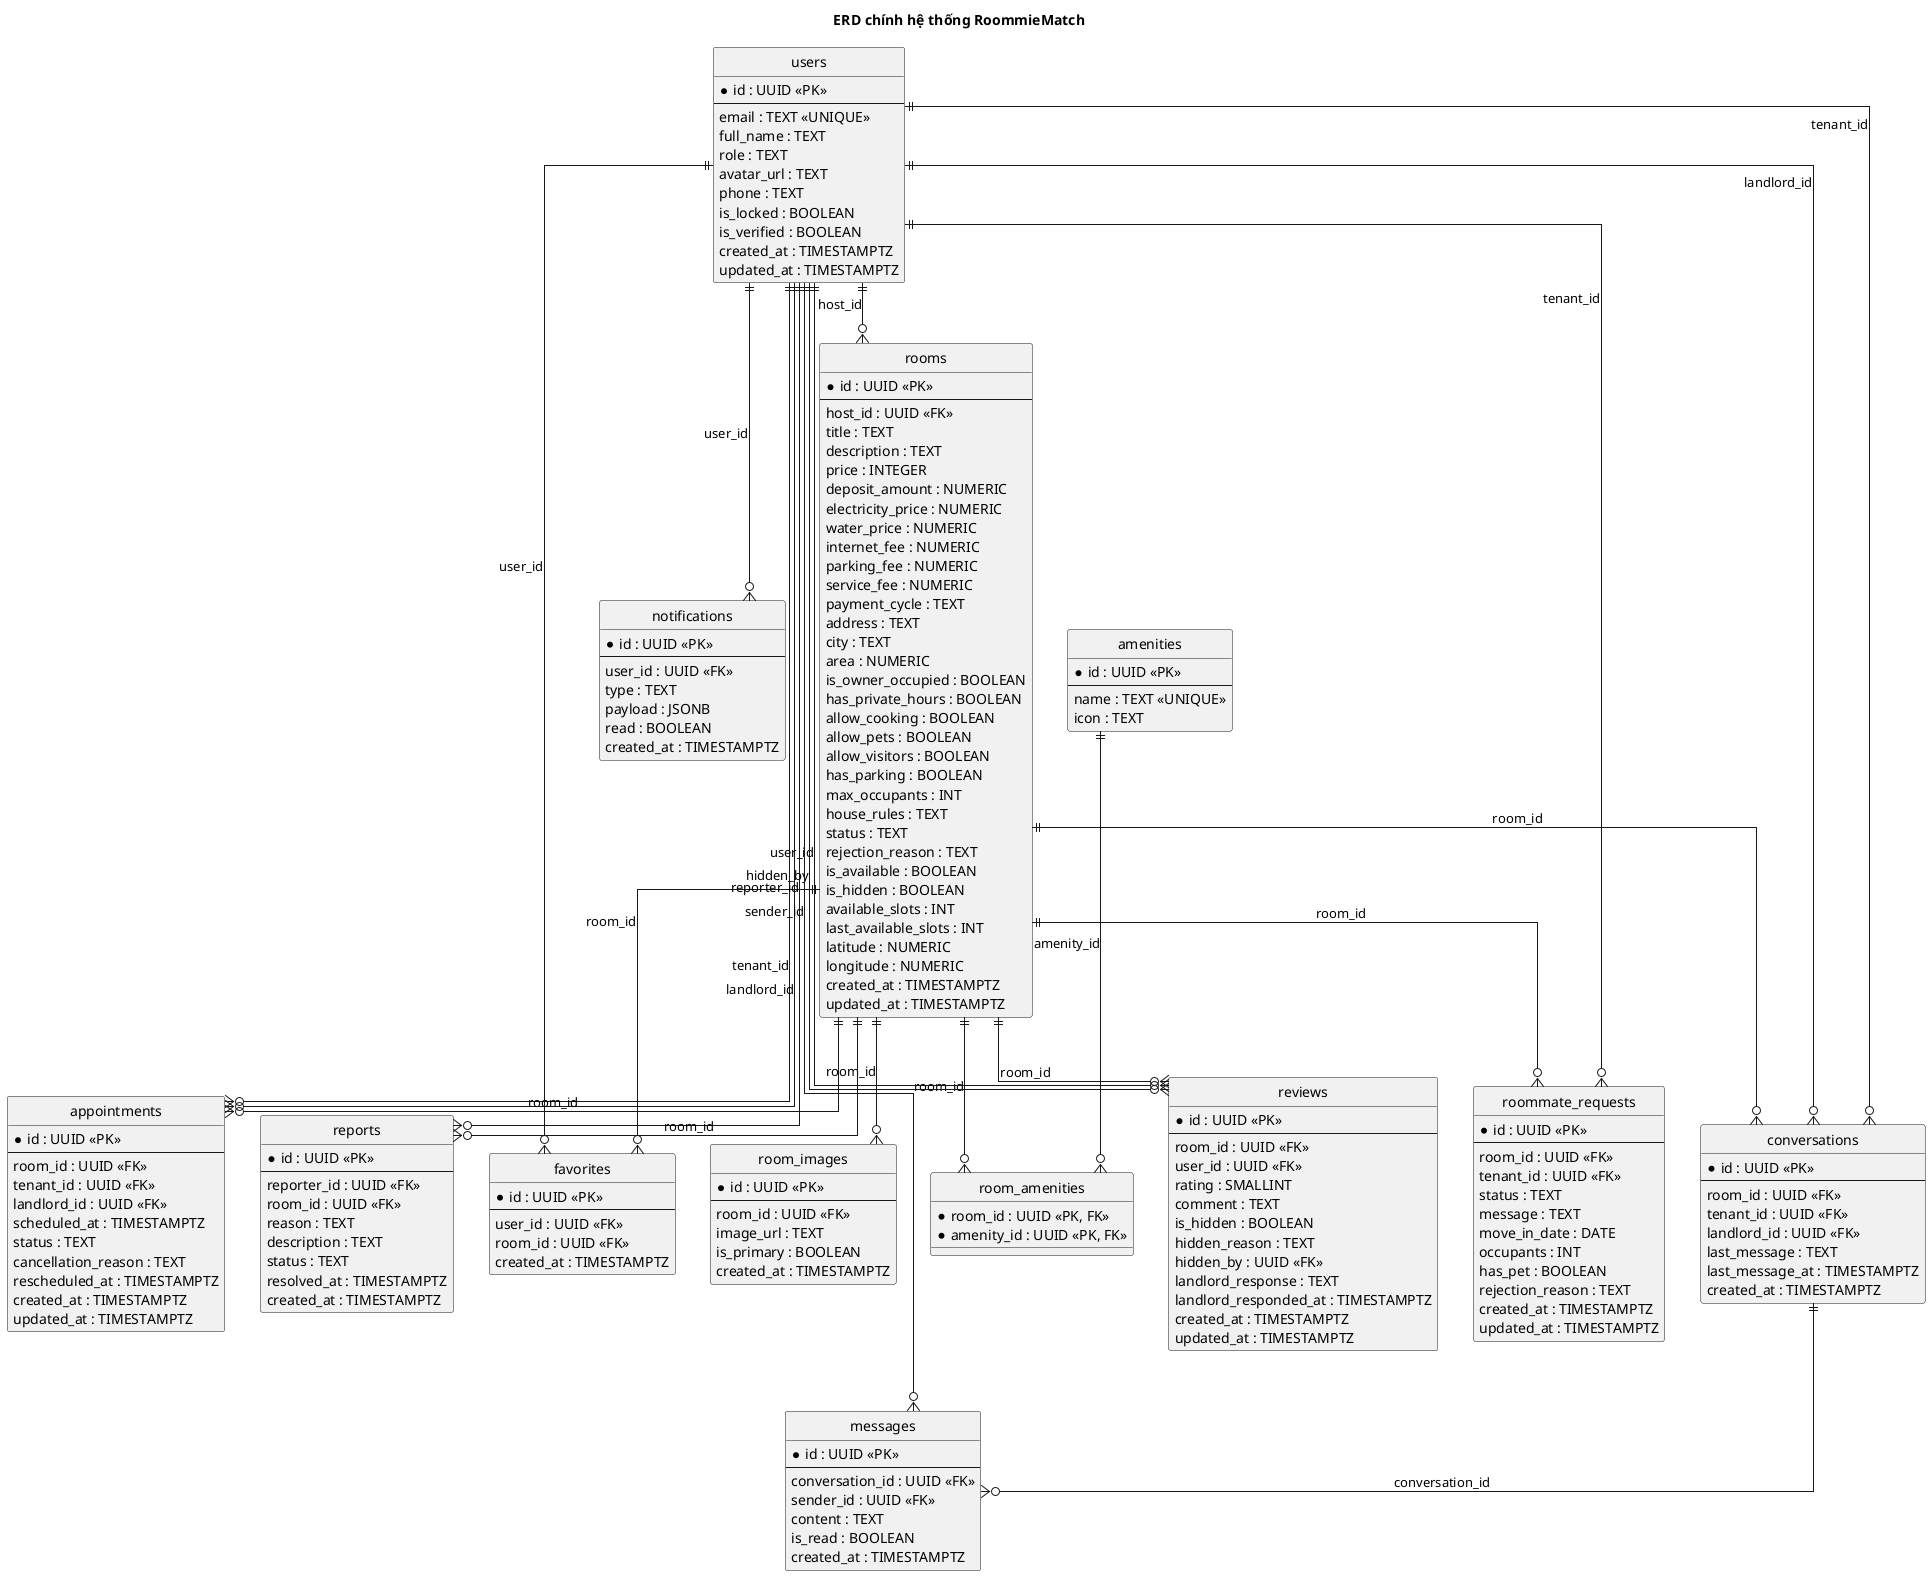
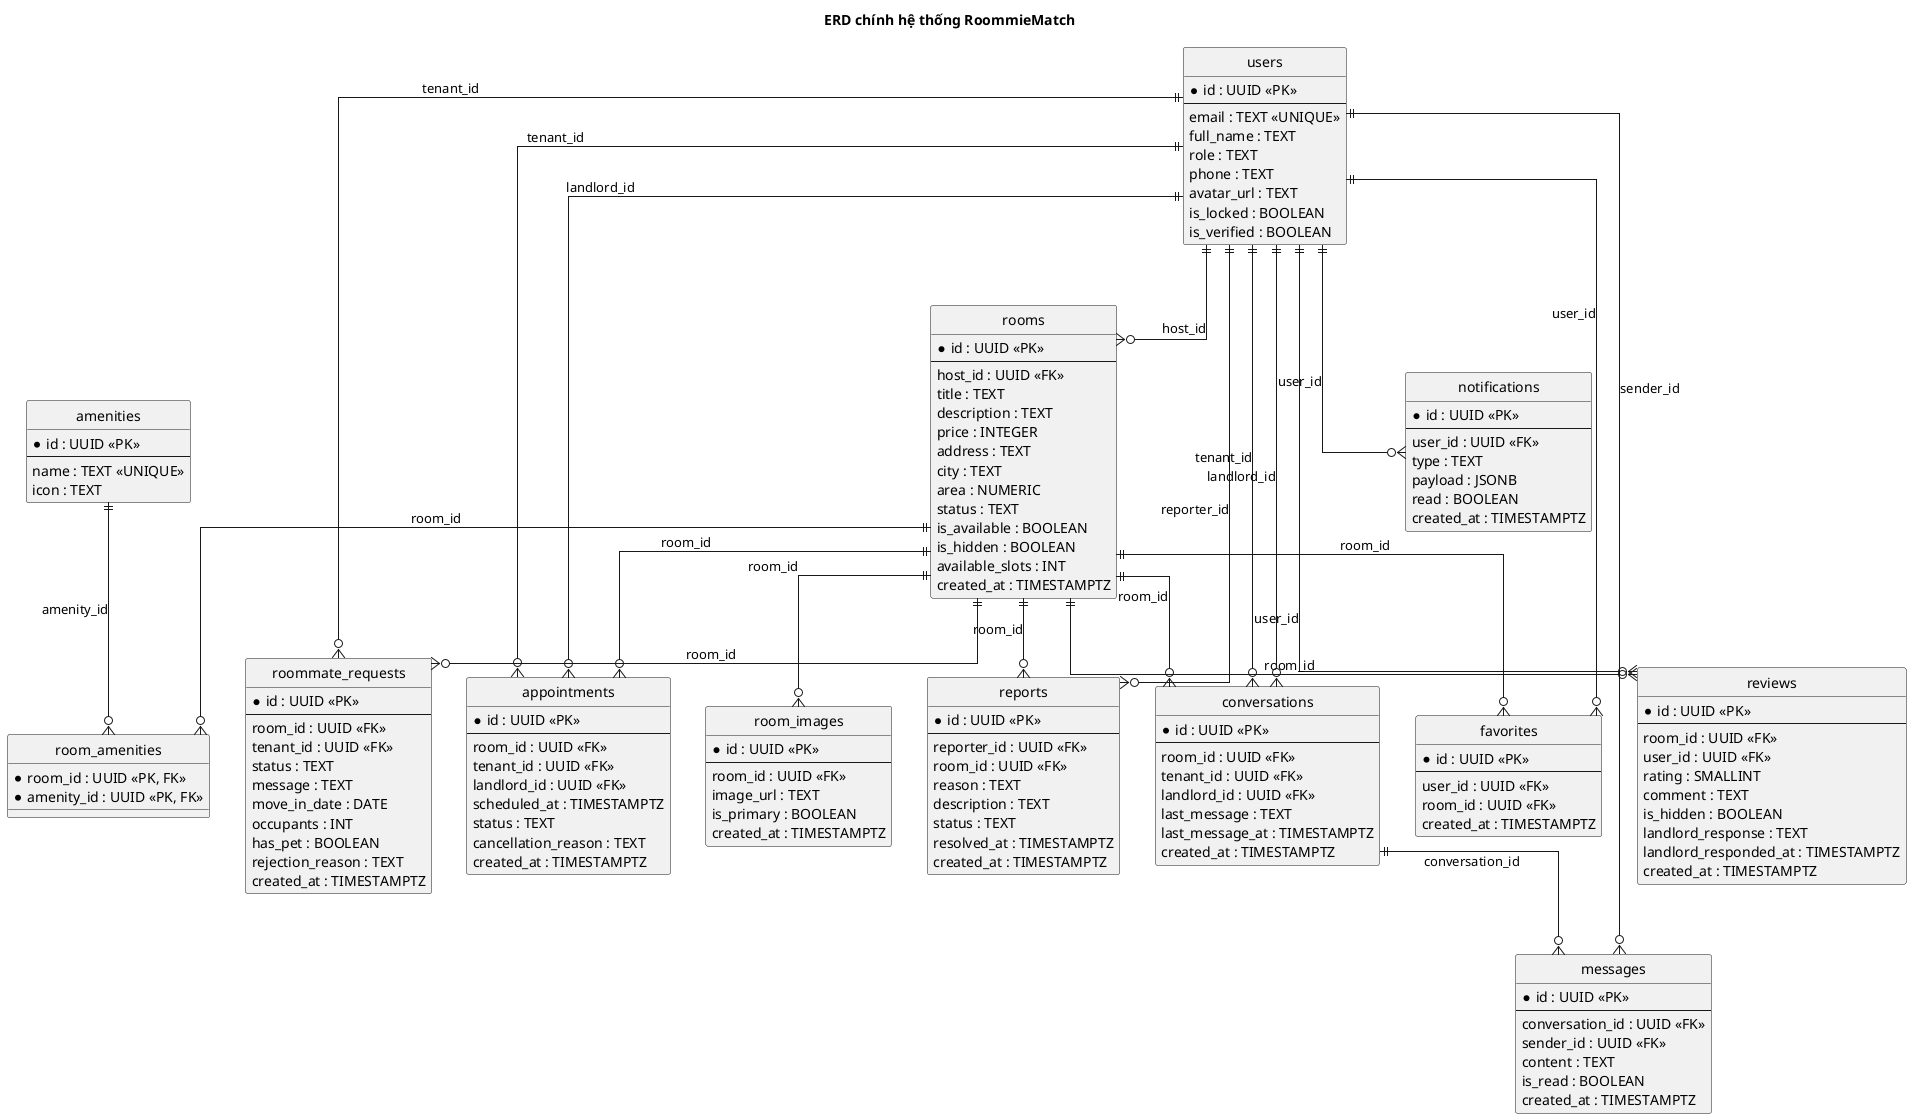
@startuml
title ERD chính hệ thống RoommieMatch

hide circle
skinparam linetype ortho
skinparam shadowing false
skinparam entity {
  BackgroundColor #F8FAFC
  BorderColor #334155
  ArrowColor #334155
}

entity "users" as users {
  * id : UUID <<PK>>
  --
  email : TEXT <<UNIQUE>>
  full_name : TEXT
  role : TEXT
+   phone : TEXT
  avatar_url : TEXT
-   phone : TEXT
  is_locked : BOOLEAN
  is_verified : BOOLEAN
-   created_at : TIMESTAMPTZ
-   updated_at : TIMESTAMPTZ
}

entity "rooms" as rooms {
  * id : UUID <<PK>>
  --
  host_id : UUID <<FK>>
  title : TEXT
  description : TEXT
  price : INTEGER
-   deposit_amount : NUMERIC
-   electricity_price : NUMERIC
-   water_price : NUMERIC
-   internet_fee : NUMERIC
-   parking_fee : NUMERIC
-   service_fee : NUMERIC
-   payment_cycle : TEXT
  address : TEXT
  city : TEXT
  area : NUMERIC
-   is_owner_occupied : BOOLEAN
-   has_private_hours : BOOLEAN
-   allow_cooking : BOOLEAN
-   allow_pets : BOOLEAN
-   allow_visitors : BOOLEAN
-   has_parking : BOOLEAN
-   max_occupants : INT
-   house_rules : TEXT
  status : TEXT
-   rejection_reason : TEXT
  is_available : BOOLEAN
  is_hidden : BOOLEAN
  available_slots : INT
-   last_available_slots : INT
-   latitude : NUMERIC
-   longitude : NUMERIC
  created_at : TIMESTAMPTZ
-   updated_at : TIMESTAMPTZ
}

entity "room_images" as room_images {
  * id : UUID <<PK>>
  --
  room_id : UUID <<FK>>
  image_url : TEXT
  is_primary : BOOLEAN
  created_at : TIMESTAMPTZ
}

entity "amenities" as amenities {
  * id : UUID <<PK>>
  --
  name : TEXT <<UNIQUE>>
  icon : TEXT
}

entity "room_amenities" as room_amenities {
  * room_id : UUID <<PK, FK>>
  * amenity_id : UUID <<PK, FK>>
}

entity "favorites" as favorites {
  * id : UUID <<PK>>
  --
  user_id : UUID <<FK>>
  room_id : UUID <<FK>>
  created_at : TIMESTAMPTZ
}

entity "reviews" as reviews {
  * id : UUID <<PK>>
  --
  room_id : UUID <<FK>>
  user_id : UUID <<FK>>
  rating : SMALLINT
  comment : TEXT
  is_hidden : BOOLEAN
-   hidden_reason : TEXT
-   hidden_by : UUID <<FK>>
  landlord_response : TEXT
  landlord_responded_at : TIMESTAMPTZ
  created_at : TIMESTAMPTZ
-   updated_at : TIMESTAMPTZ
}

entity "roommate_requests" as roommate_requests {
  * id : UUID <<PK>>
  --
  room_id : UUID <<FK>>
  tenant_id : UUID <<FK>>
  status : TEXT
  message : TEXT
  move_in_date : DATE
  occupants : INT
  has_pet : BOOLEAN
  rejection_reason : TEXT
  created_at : TIMESTAMPTZ
-   updated_at : TIMESTAMPTZ
}

entity "appointments" as appointments {
  * id : UUID <<PK>>
  --
  room_id : UUID <<FK>>
  tenant_id : UUID <<FK>>
  landlord_id : UUID <<FK>>
  scheduled_at : TIMESTAMPTZ
  status : TEXT
  cancellation_reason : TEXT
-   rescheduled_at : TIMESTAMPTZ
  created_at : TIMESTAMPTZ
-   updated_at : TIMESTAMPTZ
}

entity "conversations" as conversations {
  * id : UUID <<PK>>
  --
  room_id : UUID <<FK>>
  tenant_id : UUID <<FK>>
  landlord_id : UUID <<FK>>
  last_message : TEXT
  last_message_at : TIMESTAMPTZ
  created_at : TIMESTAMPTZ
}

entity "messages" as messages {
  * id : UUID <<PK>>
  --
  conversation_id : UUID <<FK>>
  sender_id : UUID <<FK>>
  content : TEXT
  is_read : BOOLEAN
  created_at : TIMESTAMPTZ
}

entity "notifications" as notifications {
  * id : UUID <<PK>>
  --
  user_id : UUID <<FK>>
  type : TEXT
  payload : JSONB
  read : BOOLEAN
  created_at : TIMESTAMPTZ
}

entity "reports" as reports {
  * id : UUID <<PK>>
  --
  reporter_id : UUID <<FK>>
  room_id : UUID <<FK>>
  reason : TEXT
  description : TEXT
  status : TEXT
  resolved_at : TIMESTAMPTZ
  created_at : TIMESTAMPTZ
}

users ||--o{ rooms : "host_id"
rooms ||--o{ room_images : "room_id"
rooms ||--o{ room_amenities : "room_id"
amenities ||--o{ room_amenities : "amenity_id"

users ||--o{ favorites : "user_id"
rooms ||--o{ favorites : "room_id"

users ||--o{ reviews : "user_id"
- users ||--o{ reviews : "hidden_by"
rooms ||--o{ reviews : "room_id"

users ||--o{ roommate_requests : "tenant_id"
rooms ||--o{ roommate_requests : "room_id"

users ||--o{ appointments : "tenant_id"
users ||--o{ appointments : "landlord_id"
rooms ||--o{ appointments : "room_id"

users ||--o{ conversations : "tenant_id"
users ||--o{ conversations : "landlord_id"
rooms ||--o{ conversations : "room_id"
conversations ||--o{ messages : "conversation_id"
users ||--o{ messages : "sender_id"

users ||--o{ notifications : "user_id"

users ||--o{ reports : "reporter_id"
rooms ||--o{ reports : "room_id"

@enduml
